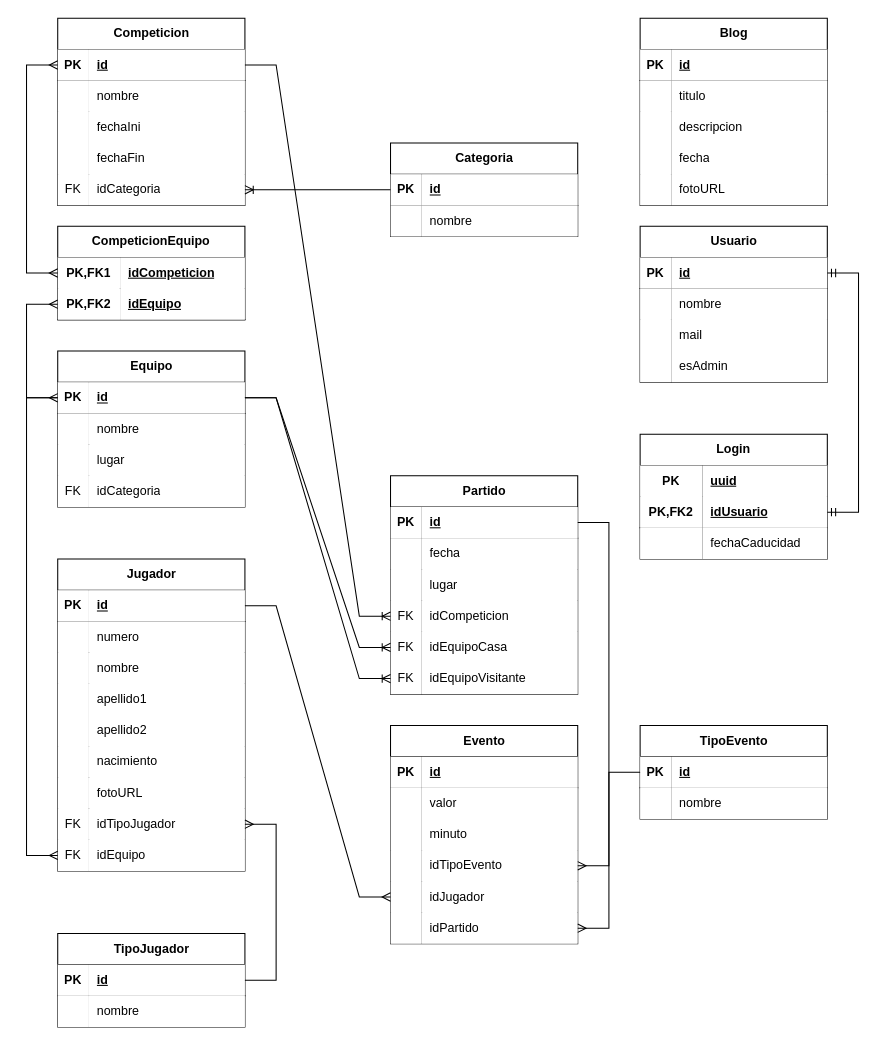
Before: bd/design/diagramaRelacionalCochinillos.drawio in AlejandroS2I/cochinillos-voladores, a draw.io diagram. Source tidied: cells renumbered, new cells numbered last; positions are measured from the earlier drawing's top-left corner, leaving out a move shared by most shapes. Both pictures are drawn from the tidied source at 104%, with x=0, y=0 at pixel (26, 18).
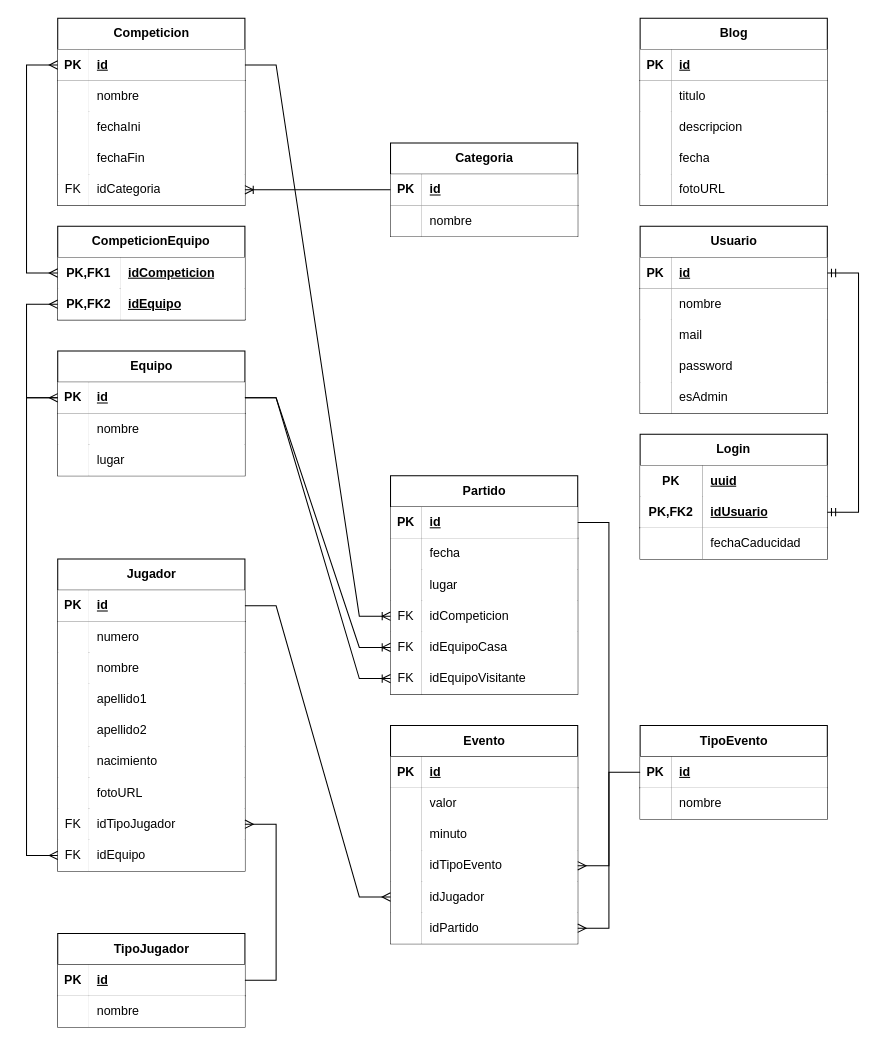
Above is the later version.

Unchanged cells that the change refers to:
```xml
<mxCell id="128" style="shape=tableRow;horizontal=0;startSize=0;swimlaneHead=0;swimlaneBody=0;fillColor=none;top=0;left=0;right=0;bottom=0;" parent="118" vertex="1">
  <mxGeometry y="120" width="180" height="30" as="geometry" />
</mxCell>
```

Diff of the diagram source:
```diff
@@
     <mxCell id="32" value="Equipo" style="shape=table;startSize=30;childLayout=tableLayout;rowLines=0;fontStyle=1;align=center;html=1;" parent="1" vertex="1">
-      <mxGeometry x="30" y="320" width="180" height="150" as="geometry" />
+      <mxGeometry x="30" y="320" width="180" height="120" as="geometry" />
     </mxCell>
@@
-    <mxCell id="42" style="shape=tableRow;horizontal=0;startSize=0;swimlaneHead=0;swimlaneBody=0;fillColor=none;top=0;left=0;right=0;bottom=0;" parent="32" vertex="1">
-      <mxGeometry y="120" width="180" height="30" as="geometry" />
-    </mxCell>
-    <mxCell id="43" value="FK" style="shape=partialRectangle;fillColor=default;top=0;left=0;bottom=0;right=0;overflow=hidden;whiteSpace=wrap;html=1;" parent="42" vertex="1">
-      <mxGeometry width="30" height="30" as="geometry" />
-    </mxCell>
-    <mxCell id="44" value="idCategoria" style="shape=partialRectangle;fillColor=default;top=0;left=0;bottom=0;right=0;align=left;spacingLeft=6;overflow=hidden;whiteSpace=wrap;html=1;" parent="42" vertex="1">
-      <mxGeometry x="30" width="150" height="30" as="geometry" />
-    </mxCell>
@@
     <mxCell id="118" value="Usuario" style="shape=table;startSize=30;childLayout=tableLayout;rowLines=0;fontStyle=1;align=center;html=1;" parent="1" vertex="1">
-      <mxGeometry x="590" y="200" width="180" height="150" as="geometry" />
+      <mxGeometry x="590" y="200" width="180" height="180" as="geometry" />
     </mxCell>
@@
-    <mxCell id="130" value="esAdmin" style="shape=partialRectangle;fillColor=default;top=0;left=0;bottom=0;right=0;align=left;spacingLeft=6;overflow=hidden;whiteSpace=wrap;html=1;" parent="128" vertex="1">
+    <mxCell id="130" value="password" style="shape=partialRectangle;fillColor=default;top=0;left=0;bottom=0;right=0;align=left;spacingLeft=6;overflow=hidden;whiteSpace=wrap;html=1;" parent="128" vertex="1">
       <mxGeometry x="30" width="150" height="30" as="geometry" />
     </mxCell>
+    <mxCell id="176" style="shape=tableRow;horizontal=0;startSize=0;swimlaneHead=0;swimlaneBody=0;fillColor=none;top=0;left=0;right=0;bottom=0;" parent="118" vertex="1">
+      <mxGeometry y="150" width="180" height="30" as="geometry" />
+    </mxCell>
+    <mxCell id="177" style="shape=partialRectangle;fillColor=default;top=0;left=0;bottom=0;right=0;overflow=hidden;whiteSpace=wrap;html=1;" parent="176" vertex="1">
+      <mxGeometry width="30" height="30" as="geometry" />
+    </mxCell>
+    <mxCell id="178" value="esAdmin" style="shape=partialRectangle;fillColor=default;top=0;left=0;bottom=0;right=0;align=left;spacingLeft=6;overflow=hidden;whiteSpace=wrap;html=1;" parent="176" vertex="1">
+      <mxGeometry x="30" width="150" height="30" as="geometry" />
+    </mxCell>
```
